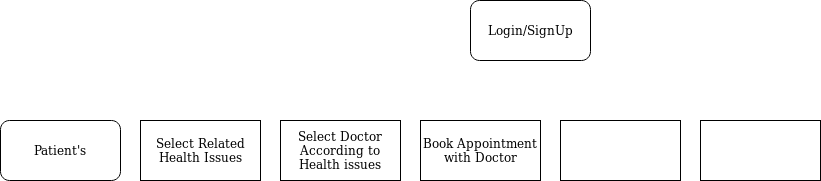
Above: Laboratory_database_Flow_diagram.png in sengardheeraj/first_ (draw.io), before the change. Source tidied: cells renumbered, new cells last; positions are measured from the earlier drawing's top-left corner, leaving out a move shared by most shapes. The source it was exported from:
```xml
<mxGraphModel>
  <root>
    <mxCell id="0" />
    <mxCell id="1" parent="0" />
    <mxCell id="2" value="Login/SignUp" style="rounded=1;whiteSpace=wrap;html=1;" parent="1" vertex="1">
      <mxGeometry x="470" width="120" height="60" as="geometry" />
    </mxCell>
    <mxCell id="3" value="Select Related Health Issues" style="rounded=0;whiteSpace=wrap;html=1;" parent="1" vertex="1">
      <mxGeometry x="140" y="120" width="120" height="60" as="geometry" />
    </mxCell>
    <mxCell id="4" value="Patient's " style="rounded=1;whiteSpace=wrap;html=1;" parent="1" vertex="1">
      <mxGeometry y="120" width="120" height="60" as="geometry" />
    </mxCell>
    <mxCell id="5" value="Select Doctor According to Health issues" style="rounded=0;whiteSpace=wrap;html=1;" parent="1" vertex="1">
      <mxGeometry x="280" y="120" width="120" height="60" as="geometry" />
    </mxCell>
    <mxCell id="6" value="Book Appointment with Doctor" style="rounded=0;whiteSpace=wrap;html=1;" parent="1" vertex="1">
      <mxGeometry x="420" y="120" width="120" height="60" as="geometry" />
    </mxCell>
    <mxCell id="7" style="rounded=0;whiteSpace=wrap;html=1;" parent="1" vertex="1">
      <mxGeometry x="560" y="120" width="120" height="60" as="geometry" />
    </mxCell>
    <mxCell id="8" style="rounded=0;whiteSpace=wrap;html=1;" parent="1" vertex="1">
      <mxGeometry x="700" y="120" width="120" height="60" as="geometry" />
    </mxCell>
  </root>
</mxGraphModel>
```
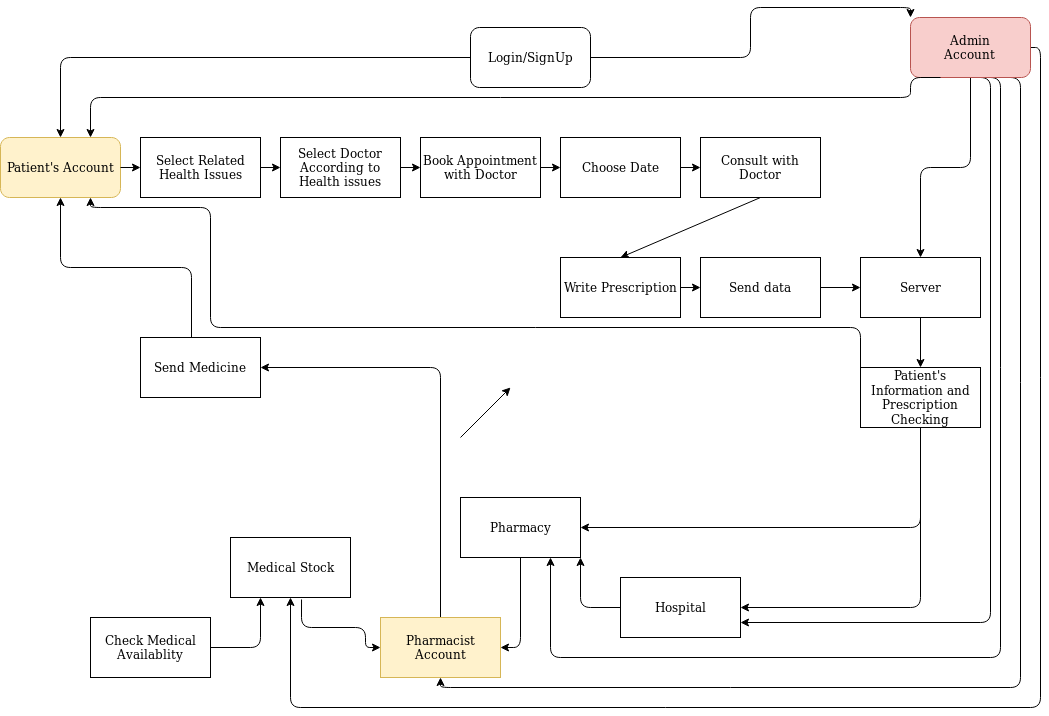
The same diagram one commit later.

Change to the diagram source:
```diff
@@ -3,12 +3,12 @@
     <mxCell id="0" />
     <mxCell id="1" parent="0" />
     <mxCell id="2" value="Login/SignUp" style="rounded=1;whiteSpace=wrap;html=1;" parent="1" vertex="1">
-      <mxGeometry x="470" width="120" height="60" as="geometry" />
+      <mxGeometry x="470" y="10" width="120" height="60" as="geometry" />
     </mxCell>
     <mxCell id="3" value="Select Related Health Issues" style="rounded=0;whiteSpace=wrap;html=1;" parent="1" vertex="1">
       <mxGeometry x="140" y="120" width="120" height="60" as="geometry" />
     </mxCell>
-    <mxCell id="4" value="Patient's " style="rounded=1;whiteSpace=wrap;html=1;" parent="1" vertex="1">
+    <mxCell id="4" value="Patient's Account " style="rounded=1;whiteSpace=wrap;html=1;fillColor=#fff2cc;strokeColor=#d6b656;" parent="1" vertex="1">
       <mxGeometry y="120" width="120" height="60" as="geometry" />
     </mxCell>
     <mxCell id="5" value="Select Doctor According to Health issues" style="rounded=0;whiteSpace=wrap;html=1;" parent="1" vertex="1">
@@ -17,11 +17,170 @@
     <mxCell id="6" value="Book Appointment with Doctor" style="rounded=0;whiteSpace=wrap;html=1;" parent="1" vertex="1">
       <mxGeometry x="420" y="120" width="120" height="60" as="geometry" />
     </mxCell>
-    <mxCell id="7" style="rounded=0;whiteSpace=wrap;html=1;" parent="1" vertex="1">
+    <mxCell id="7" value="Choose Date" style="rounded=0;whiteSpace=wrap;html=1;" parent="1" vertex="1">
       <mxGeometry x="560" y="120" width="120" height="60" as="geometry" />
     </mxCell>
-    <mxCell id="8" style="rounded=0;whiteSpace=wrap;html=1;" parent="1" vertex="1">
+    <mxCell id="8" value="Consult with Doctor" style="rounded=0;whiteSpace=wrap;html=1;" parent="1" vertex="1">
       <mxGeometry x="700" y="120" width="120" height="60" as="geometry" />
     </mxCell>
+    <mxCell id="9" value="Write Prescription" style="rounded=0;whiteSpace=wrap;html=1;" parent="1" vertex="1">
+      <mxGeometry x="560" y="240" width="120" height="60" as="geometry" />
+    </mxCell>
+    <mxCell id="10" style="endArrow=classic;html=1;exitX=1;exitY=0.5;exitDx=0;exitDy=0;entryX=0;entryY=0.5;entryDx=0;entryDy=0;" parent="1" edge="1" source="4" target="3">
+      <mxGeometry relative="1" as="geometry" />
+    </mxCell>
+    <mxCell id="11" style="endArrow=classic;html=1;exitX=1;exitY=0.5;exitDx=0;exitDy=0;entryX=0;entryY=0.5;entryDx=0;entryDy=0;" parent="1" edge="1" source="3" target="5">
+      <mxGeometry relative="1" as="geometry" />
+    </mxCell>
+    <mxCell id="12" style="endArrow=classic;html=1;exitX=1;exitY=0.5;exitDx=0;exitDy=0;entryX=0.5;entryY=1;entryDx=0;entryDy=0;edgeStyle=orthogonalEdgeStyle;" parent="1" edge="1" source="39" target="38">
+      <mxGeometry relative="1" as="geometry">
+        <Array as="points">
+          <mxPoint x="1040" y="30" />
+          <mxPoint x="1040" y="690" />
+          <mxPoint x="290" y="690" />
+        </Array>
+      </mxGeometry>
+    </mxCell>
+    <mxCell id="13" style="endArrow=classic;html=1;exitX=0.5;exitY=1;exitDx=0;exitDy=0;entryX=0.5;entryY=1;entryDx=0;entryDy=0;edgeStyle=orthogonalEdgeStyle;" parent="1" edge="1" source="39" target="37">
+      <mxGeometry relative="1" as="geometry">
+        <Array as="points">
+          <mxPoint x="1020" y="60" />
+          <mxPoint x="1020" y="670" />
+          <mxPoint x="440" y="670" />
+        </Array>
+      </mxGeometry>
+    </mxCell>
+    <mxCell id="14" style="endArrow=classic;html=1;exitX=0.5;exitY=1;exitDx=0;exitDy=0;entryX=0.75;entryY=1;entryDx=0;entryDy=0;edgeStyle=orthogonalEdgeStyle;" parent="1" edge="1" source="39" target="36">
+      <mxGeometry relative="1" as="geometry">
+        <Array as="points">
+          <mxPoint x="1000" y="60" />
+          <mxPoint x="1000" y="640" />
+          <mxPoint x="550" y="640" />
+        </Array>
+      </mxGeometry>
+    </mxCell>
+    <mxCell id="15" style="endArrow=classic;html=1;exitX=0.5;exitY=1;exitDx=0;exitDy=0;entryX=1;entryY=0.75;entryDx=0;entryDy=0;edgeStyle=orthogonalEdgeStyle;" parent="1" edge="1" source="39" target="35">
+      <mxGeometry relative="1" as="geometry">
+        <Array as="points">
+          <mxPoint x="990" y="60" />
+          <mxPoint x="990" y="605" />
+        </Array>
+      </mxGeometry>
+    </mxCell>
+    <mxCell id="16" style="endArrow=classic;html=1;exitX=0.5;exitY=1;exitDx=0;exitDy=0;entryX=0.5;entryY=0;entryDx=0;entryDy=0;edgeStyle=orthogonalEdgeStyle;" parent="1" edge="1" source="39" target="33">
+      <mxGeometry relative="1" as="geometry" />
+    </mxCell>
+    <mxCell id="17" style="endArrow=classic;html=1;exitX=0;exitY=0.5;exitDx=0;exitDy=0;entryX=1;entryY=1;entryDx=0;entryDy=0;edgeStyle=orthogonalEdgeStyle;" parent="1" edge="1" source="35" target="36">
+      <mxGeometry relative="1" as="geometry" />
+    </mxCell>
+    <mxCell id="18" style="endArrow=classic;html=1;exitX=0.425;exitY=0.017;exitDx=0;exitDy=0;exitPerimeter=0;entryX=0.5;entryY=1;entryDx=0;entryDy=0;edgeStyle=orthogonalEdgeStyle;" parent="1" edge="1" source="41" target="4">
+      <mxGeometry relative="1" as="geometry" />
+    </mxCell>
+    <mxCell id="19" style="endArrow=classic;html=1;exitX=0.5;exitY=0;exitDx=0;exitDy=0;entryX=1;entryY=0.5;entryDx=0;entryDy=0;edgeStyle=orthogonalEdgeStyle;" parent="1" edge="1" source="37" target="41">
+      <mxGeometry relative="1" as="geometry" />
+    </mxCell>
+    <mxCell id="20" style="endArrow=classic;html=1;exitX=1;exitY=0.5;exitDx=0;exitDy=0;entryX=0.25;entryY=1;entryDx=0;entryDy=0;edgeStyle=orthogonalEdgeStyle;" parent="1" edge="1" source="40" target="38">
+      <mxGeometry relative="1" as="geometry" />
+    </mxCell>
+    <mxCell id="21" style="endArrow=classic;html=1;exitX=0.592;exitY=1.033;exitDx=0;exitDy=0;edgeStyle=orthogonalEdgeStyle;exitPerimeter=0;entryX=0;entryY=0.5;entryDx=0;entryDy=0;" parent="1" edge="1" source="38" target="37">
+      <mxGeometry relative="1" as="geometry">
+        <Array as="points">
+          <mxPoint x="301" y="610" />
+          <mxPoint x="365" y="610" />
+          <mxPoint x="365" y="630" />
+        </Array>
+      </mxGeometry>
+    </mxCell>
+    <mxCell id="22" style="endArrow=classic;html=1;exitX=0.5;exitY=1;exitDx=0;exitDy=0;entryX=1;entryY=0.5;entryDx=0;entryDy=0;edgeStyle=orthogonalEdgeStyle;" parent="1" edge="1" source="36" target="37">
+      <mxGeometry relative="1" as="geometry" />
+    </mxCell>
+    <mxCell id="23" style="endArrow=classic;html=1;exitX=0.5;exitY=1;exitDx=0;exitDy=0;entryX=1;entryY=0.5;entryDx=0;entryDy=0;edgeStyle=orthogonalEdgeStyle;" parent="1" edge="1" source="34" target="36">
+      <mxGeometry relative="1" as="geometry" />
+    </mxCell>
+    <mxCell id="24" style="endArrow=classic;html=1;exitX=0.5;exitY=1;exitDx=0;exitDy=0;entryX=1;entryY=0.5;entryDx=0;entryDy=0;edgeStyle=orthogonalEdgeStyle;" parent="1" edge="1" source="34" target="35">
+      <mxGeometry relative="1" as="geometry" />
+    </mxCell>
+    <mxCell id="25" style="endArrow=classic;html=1;exitX=0.5;exitY=1;exitDx=0;exitDy=0;entryX=0.5;entryY=0;entryDx=0;entryDy=0;" parent="1" edge="1" source="33" target="34">
+      <mxGeometry relative="1" as="geometry" />
+    </mxCell>
+    <mxCell id="26" style="endArrow=classic;html=1;exitX=1;exitY=0.5;exitDx=0;exitDy=0;entryX=0;entryY=0.5;entryDx=0;entryDy=0;" parent="1" edge="1" source="32" target="33">
+      <mxGeometry relative="1" as="geometry" />
+    </mxCell>
+    <mxCell id="27" style="endArrow=classic;html=1;exitX=1;exitY=0.5;exitDx=0;exitDy=0;entryX=0;entryY=0.5;entryDx=0;entryDy=0;" parent="1" edge="1" source="9" target="32">
+      <mxGeometry relative="1" as="geometry" />
+    </mxCell>
+    <mxCell id="28" style="endArrow=classic;html=1;exitX=0.5;exitY=1;exitDx=0;exitDy=0;entryX=0.5;entryY=0;entryDx=0;entryDy=0;" parent="1" edge="1" source="8" target="9">
+      <mxGeometry relative="1" as="geometry" />
+    </mxCell>
+    <mxCell id="29" style="endArrow=classic;html=1;exitX=1;exitY=0.5;exitDx=0;exitDy=0;entryX=0;entryY=0.5;entryDx=0;entryDy=0;" parent="1" edge="1" source="7" target="8">
+      <mxGeometry relative="1" as="geometry" />
+    </mxCell>
+    <mxCell id="30" style="endArrow=classic;html=1;exitX=1;exitY=0.5;exitDx=0;exitDy=0;entryX=0;entryY=0.5;entryDx=0;entryDy=0;" parent="1" edge="1" source="6" target="7">
+      <mxGeometry relative="1" as="geometry" />
+    </mxCell>
+    <mxCell id="31" style="endArrow=classic;html=1;exitX=1;exitY=0.5;exitDx=0;exitDy=0;entryX=0;entryY=0.5;entryDx=0;entryDy=0;" parent="1" edge="1" source="5" target="6">
+      <mxGeometry relative="1" as="geometry" />
+    </mxCell>
+    <mxCell id="32" value="Send data " style="rounded=0;whiteSpace=wrap;html=1;" parent="1" vertex="1">
+      <mxGeometry x="700" y="240" width="120" height="60" as="geometry" />
+    </mxCell>
+    <mxCell id="33" value="Server" style="rounded=0;whiteSpace=wrap;html=1;" parent="1" vertex="1">
+      <mxGeometry x="860" y="240" width="120" height="60" as="geometry" />
+    </mxCell>
+    <mxCell id="34" value="Patient's Information and Prescription Checking " style="rounded=0;whiteSpace=wrap;html=1;" parent="1" vertex="1">
+      <mxGeometry x="860" y="350" width="120" height="60" as="geometry" />
+    </mxCell>
+    <mxCell id="35" value="Hospital" style="rounded=0;whiteSpace=wrap;html=1;" parent="1" vertex="1">
+      <mxGeometry x="620" y="560" width="120" height="60" as="geometry" />
+    </mxCell>
+    <mxCell id="36" value="Pharmacy" style="rounded=0;whiteSpace=wrap;html=1;" parent="1" vertex="1">
+      <mxGeometry x="460" y="480" width="120" height="60" as="geometry" />
+    </mxCell>
+    <mxCell id="37" value="Pharmacist Account " style="rounded=0;whiteSpace=wrap;html=1;fillColor=#fff2cc;strokeColor=#d6b656;" parent="1" vertex="1">
+      <mxGeometry x="380" y="600" width="120" height="60" as="geometry" />
+    </mxCell>
+    <mxCell id="38" value="Medical Stock " style="rounded=0;whiteSpace=wrap;html=1;" parent="1" vertex="1">
+      <mxGeometry x="230" y="520" width="120" height="60" as="geometry" />
+    </mxCell>
+    <mxCell id="39" value="&lt;div&gt;Admin&lt;/div&gt;&lt;div&gt;Account&lt;br&gt;&lt;/div&gt;" style="rounded=1;whiteSpace=wrap;html=1;fillColor=#f8cecc;strokeColor=#b85450;" parent="1" vertex="1">
+      <mxGeometry x="910" width="120" height="60" as="geometry" />
+    </mxCell>
+    <mxCell id="40" value="Check Medical Availablity" style="rounded=0;whiteSpace=wrap;html=1;" parent="1" vertex="1">
+      <mxGeometry x="90" y="600" width="120" height="60" as="geometry" />
+    </mxCell>
+    <mxCell id="41" value="Send Medicine" style="rounded=0;whiteSpace=wrap;html=1;" parent="1" vertex="1">
+      <mxGeometry x="140" y="320" width="120" height="60" as="geometry" />
+    </mxCell>
+    <mxCell id="42" style="endArrow=classic;html=1;" parent="1" edge="1">
+      <mxGeometry relative="1" as="geometry">
+        <mxPoint x="460" y="420" as="sourcePoint" />
+        <mxPoint x="510" y="370" as="targetPoint" />
+      </mxGeometry>
+    </mxCell>
+    <mxCell id="43" style="endArrow=classic;html=1;exitX=0;exitY=0.5;exitDx=0;exitDy=0;entryX=0.75;entryY=1;entryDx=0;entryDy=0;edgeStyle=orthogonalEdgeStyle;" parent="1" edge="1" source="34" target="4">
+      <mxGeometry relative="1" as="geometry">
+        <Array as="points">
+          <mxPoint x="860" y="310" />
+          <mxPoint x="210" y="310" />
+          <mxPoint x="210" y="190" />
+          <mxPoint x="90" y="190" />
+        </Array>
+      </mxGeometry>
+    </mxCell>
+    <mxCell id="44" style="endArrow=classic;html=1;exitX=0.25;exitY=1;exitDx=0;exitDy=0;entryX=0.75;entryY=0;entryDx=0;entryDy=0;edgeStyle=orthogonalEdgeStyle;" parent="1" edge="1" source="39" target="4">
+      <mxGeometry relative="1" as="geometry">
+        <Array as="points">
+          <mxPoint x="910" y="60" />
+          <mxPoint x="910" y="80" />
+          <mxPoint x="90" y="80" />
+        </Array>
+      </mxGeometry>
+    </mxCell>
+    <mxCell id="45" style="endArrow=classic;html=1;exitX=1;exitY=0.5;exitDx=0;exitDy=0;entryX=0;entryY=0;entryDx=0;entryDy=0;edgeStyle=orthogonalEdgeStyle;" parent="1" edge="1" source="2" target="39">
+      <mxGeometry relative="1" as="geometry" />
+    </mxCell>
+    <mxCell id="46" style="endArrow=classic;html=1;exitX=0;exitY=0.5;exitDx=0;exitDy=0;entryX=0.5;entryY=0;entryDx=0;entryDy=0;edgeStyle=orthogonalEdgeStyle;" parent="1" edge="1" source="2" target="4">
+      <mxGeometry relative="1" as="geometry" />
+    </mxCell>
   </root>
 </mxGraphModel>
```
